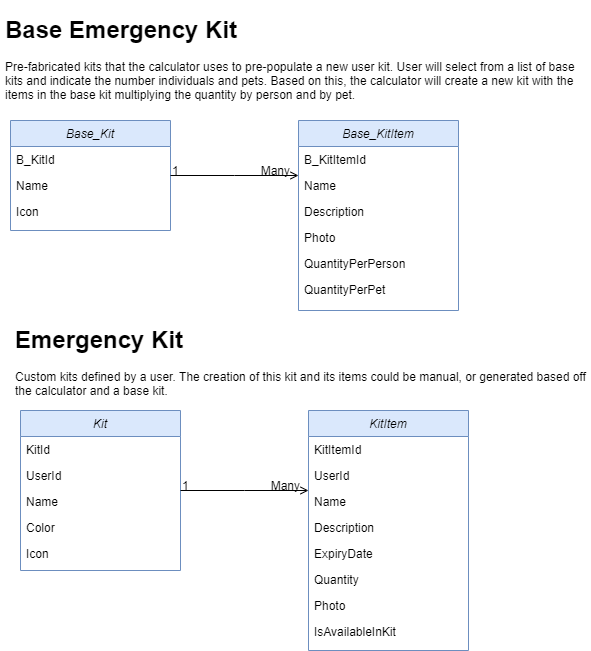
Earlier version of the draw.io export assets/models/EmergencyKits.png (HTBox/TwoWeeksReady). Source tidied: cells renumbered, new cells last; positions are measured from the earlier drawing's top-left corner, leaving out a move shared by most shapes.
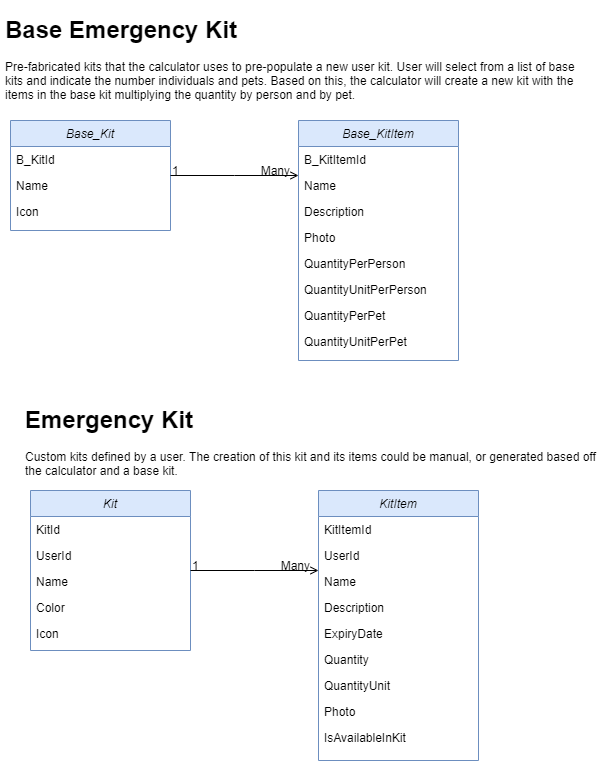
The same diagram one commit later.

Commit message:
That's it for modeling for now (promise!)

Diff of the diagram source:
```diff
@@ -15,7 +15,7 @@
       <mxGeometry y="78" width="160" height="26" as="geometry" />
     </mxCell>
     <mxCell id="6" value="Kit" style="swimlane;fontStyle=2;align=center;verticalAlign=top;horizontal=1;startSize=26;rounded=0;shadow=0;strokeWidth=1;fillColor=#dae8fc;strokeColor=#6c8ebf;" parent="1" vertex="1">
-      <mxGeometry x="20" y="400" width="160" height="160" as="geometry" />
+      <mxGeometry x="30" y="480" width="160" height="160" as="geometry" />
     </mxCell>
     <mxCell id="7" value="KitId" style="text;align=left;verticalAlign=top;spacingLeft=4;spacingRight=4;overflow=hidden;" parent="6" vertex="1">
       <mxGeometry y="26" width="160" height="26" as="geometry" />
@@ -33,7 +33,7 @@
       <mxGeometry y="130" width="160" height="26" as="geometry" />
     </mxCell>
     <mxCell id="12" value="KitItem" style="swimlane;fontStyle=2;align=center;verticalAlign=top;horizontal=1;startSize=26;rounded=0;shadow=0;strokeWidth=1;fillColor=#dae8fc;strokeColor=#6c8ebf;swimlaneFillColor=none;" parent="1" vertex="1">
-      <mxGeometry x="308" y="400" width="160" height="240" as="geometry" />
+      <mxGeometry x="318" y="480" width="160" height="270" as="geometry" />
     </mxCell>
     <mxCell id="13" value="KitItemId" style="text;align=left;verticalAlign=top;spacingLeft=4;spacingRight=4;overflow=hidden;" parent="12" vertex="1">
       <mxGeometry y="26" width="160" height="26" as="geometry" />
@@ -53,14 +53,17 @@
     <mxCell id="18" value="Quantity" style="text;align=left;verticalAlign=top;spacingLeft=4;spacingRight=4;overflow=hidden;rounded=0;shadow=0;html=0;" parent="12" vertex="1">
       <mxGeometry y="156" width="160" height="26" as="geometry" />
     </mxCell>
+    <mxCell id="36" value="QuantityUnit" style="text;align=left;verticalAlign=top;spacingLeft=4;spacingRight=4;overflow=hidden;rounded=0;shadow=0;html=0;" parent="12" vertex="1">
+      <mxGeometry y="182" width="160" height="26" as="geometry" />
+    </mxCell>
     <mxCell id="19" value="Photo" style="text;align=left;verticalAlign=top;spacingLeft=4;spacingRight=4;overflow=hidden;rounded=0;shadow=0;html=0;" parent="12" vertex="1">
-      <mxGeometry y="182" width="160" height="26" as="geometry" />
+      <mxGeometry y="208" width="160" height="26" as="geometry" />
     </mxCell>
     <mxCell id="20" value="IsAvailableInKit" style="text;align=left;verticalAlign=top;spacingLeft=4;spacingRight=4;overflow=hidden;rounded=0;shadow=0;html=0;" parent="12" vertex="1">
-      <mxGeometry y="208" width="160" height="26" as="geometry" />
+      <mxGeometry y="234" width="160" height="26" as="geometry" />
     </mxCell>
     <mxCell id="21" value="Base_KitItem" style="swimlane;fontStyle=2;align=center;verticalAlign=top;horizontal=1;startSize=26;rounded=0;shadow=0;strokeWidth=1;fillColor=#dae8fc;strokeColor=#6c8ebf;" parent="1" vertex="1">
-      <mxGeometry x="298" y="110" width="160" height="190" as="geometry" />
+      <mxGeometry x="298" y="110" width="160" height="240" as="geometry" />
     </mxCell>
     <mxCell id="22" value="B_KitItemId" style="text;align=left;verticalAlign=top;spacingLeft=4;spacingRight=4;overflow=hidden;" parent="21" vertex="1">
       <mxGeometry y="26" width="160" height="26" as="geometry" />
@@ -77,9 +80,15 @@
     <mxCell id="26" value="QuantityPerPerson" style="text;align=left;verticalAlign=top;spacingLeft=4;spacingRight=4;overflow=hidden;rounded=0;shadow=0;html=0;" parent="21" vertex="1">
       <mxGeometry y="130" width="160" height="26" as="geometry" />
     </mxCell>
-    <mxCell id="27" value="QuantityPerPet" style="text;align=left;verticalAlign=top;spacingLeft=4;spacingRight=4;overflow=hidden;rounded=0;shadow=0;html=0;" parent="21" vertex="1">
+    <mxCell id="27" value="QuantityUnitPerPerson" style="text;align=left;verticalAlign=top;spacingLeft=4;spacingRight=4;overflow=hidden;rounded=0;shadow=0;html=0;" parent="21" vertex="1">
       <mxGeometry y="156" width="160" height="26" as="geometry" />
     </mxCell>
+    <mxCell id="37" value="QuantityPerPet" style="text;align=left;verticalAlign=top;spacingLeft=4;spacingRight=4;overflow=hidden;rounded=0;shadow=0;html=0;" parent="21" vertex="1">
+      <mxGeometry y="182" width="160" height="26" as="geometry" />
+    </mxCell>
+    <mxCell id="38" value="QuantityUnitPerPet" style="text;align=left;verticalAlign=top;spacingLeft=4;spacingRight=4;overflow=hidden;rounded=0;shadow=0;html=0;" parent="21" vertex="1">
+      <mxGeometry y="208" width="160" height="26" as="geometry" />
+    </mxCell>
     <mxCell id="28" style="endArrow=open;shadow=0;strokeWidth=1;rounded=0;endFill=1;edgeStyle=elbowEdgeStyle;elbow=vertical;" parent="1" edge="1" source="2" target="21">
       <mxGeometry x="0.5" y="41" relative="1" as="geometry">
         <mxPoint x="-40" y="32" as="offset" />
@@ -97,8 +106,8 @@
     </mxCell>
     <mxCell id="31" style="endArrow=open;shadow=0;strokeWidth=1;rounded=0;endFill=1;edgeStyle=elbowEdgeStyle;elbow=vertical;" parent="1" edge="1">
       <mxGeometry x="0.5" y="41" relative="1" as="geometry">
-        <mxPoint x="180" y="480" as="sourcePoint" />
-        <mxPoint x="308" y="480" as="targetPoint" />
+        <mxPoint x="190" y="560" as="sourcePoint" />
+        <mxPoint x="318" y="560" as="targetPoint" />
         <mxPoint x="-40" y="32" as="offset" />
       </mxGeometry>
     </mxCell>
@@ -116,7 +125,7 @@
       <mxGeometry width="580" height="120" as="geometry" />
     </mxCell>
     <mxCell id="35" value="&lt;h1&gt;Emergency Kit&lt;/h1&gt;&lt;p&gt;Custom kits defined by a user. The creation of this kit and its items could be manual, or generated based off the calculator and a base kit.&lt;/p&gt;" style="text;html=1;strokeColor=none;fillColor=none;spacing=5;spacingTop=-20;whiteSpace=wrap;overflow=hidden;rounded=0;" parent="1" vertex="1">
-      <mxGeometry x="10" y="310" width="580" height="120" as="geometry" />
+      <mxGeometry x="20" y="390" width="580" height="120" as="geometry" />
     </mxCell>
   </root>
 </mxGraphModel>
```
